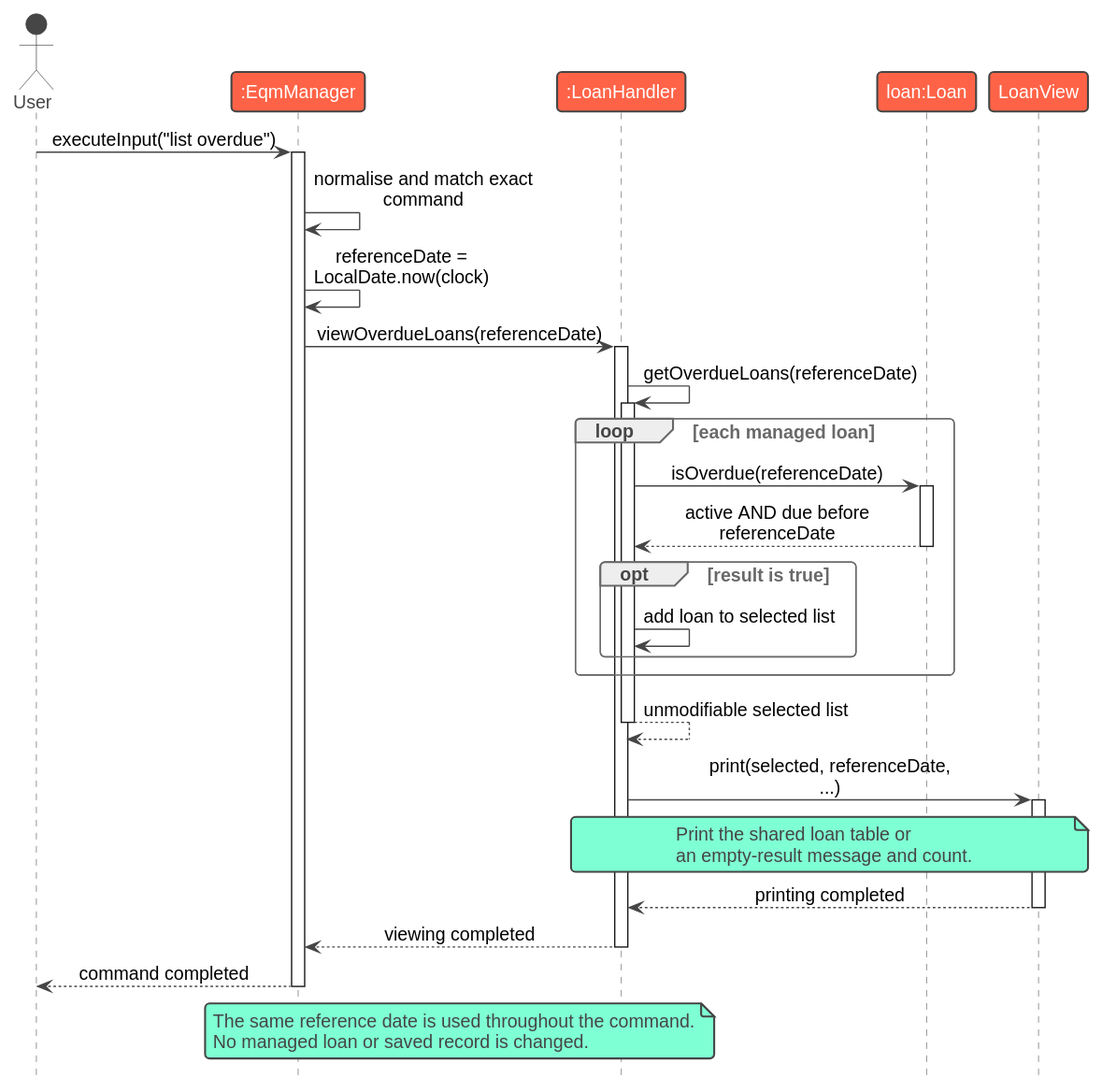
The PlantUML diagram docs/images/OverdueLoanSequence.svg in AY2627S1-CS2113-W13-1/tp, before a commit.
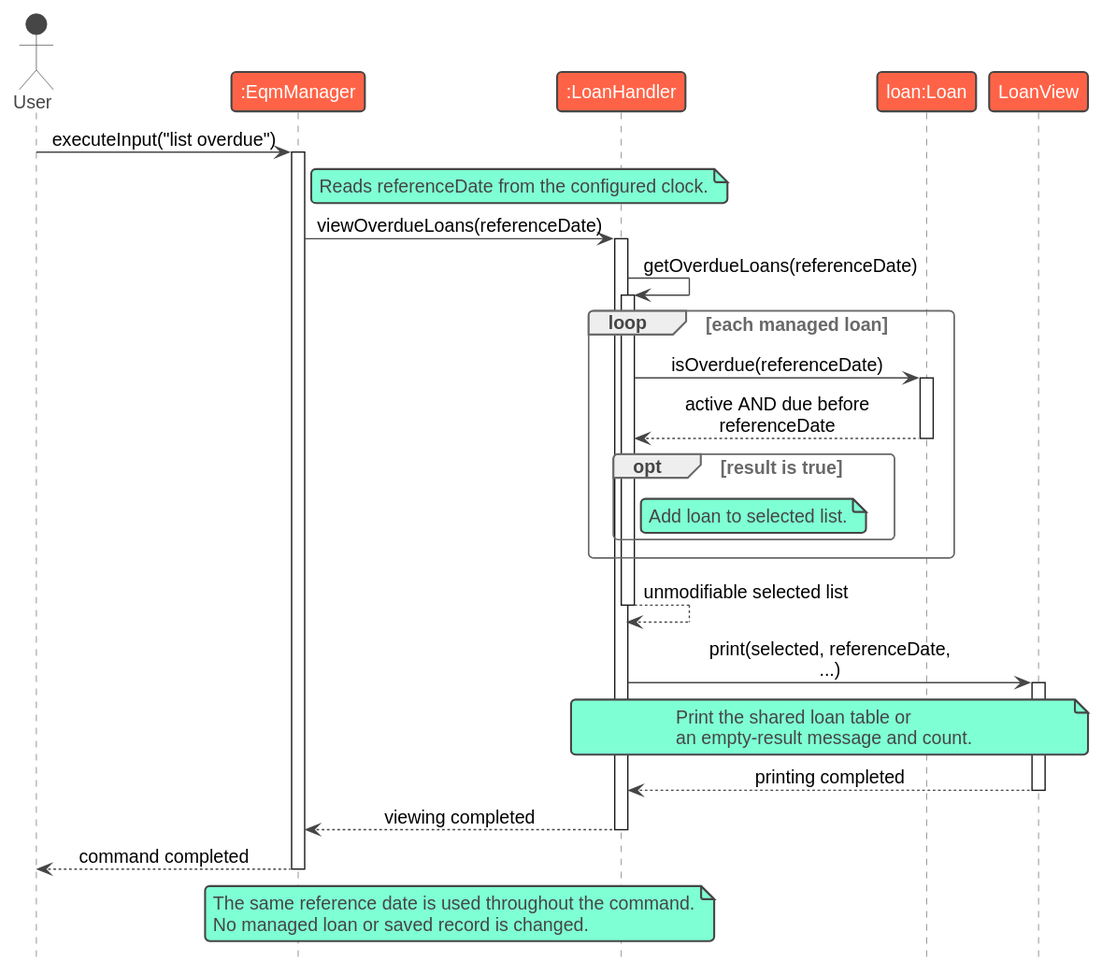
Later version of the same file.

Commit message:
Address overdue UML review feedback

Diff of the diagram source:
```diff
@@ -12,8 +12,7 @@
 
 User -> Manager: executeInput("list overdue")
 activate Manager
-Manager -> Manager: normalise and match exact command
-Manager -> Manager: referenceDate = LocalDate.now(clock)
+note right of Manager: Reads referenceDate from the configured clock.
 Manager -> Handler: viewOverdueLoans(referenceDate)
 activate Handler
 
@@ -25,7 +24,7 @@
     Loan --> Handler: active AND due before referenceDate
     deactivate Loan
     opt result is true
-        Handler -> Handler: add loan to selected list
+        note right of Handler: Add loan to selected list.
     end
 end
 Handler --> Handler: unmodifiable selected list
```
